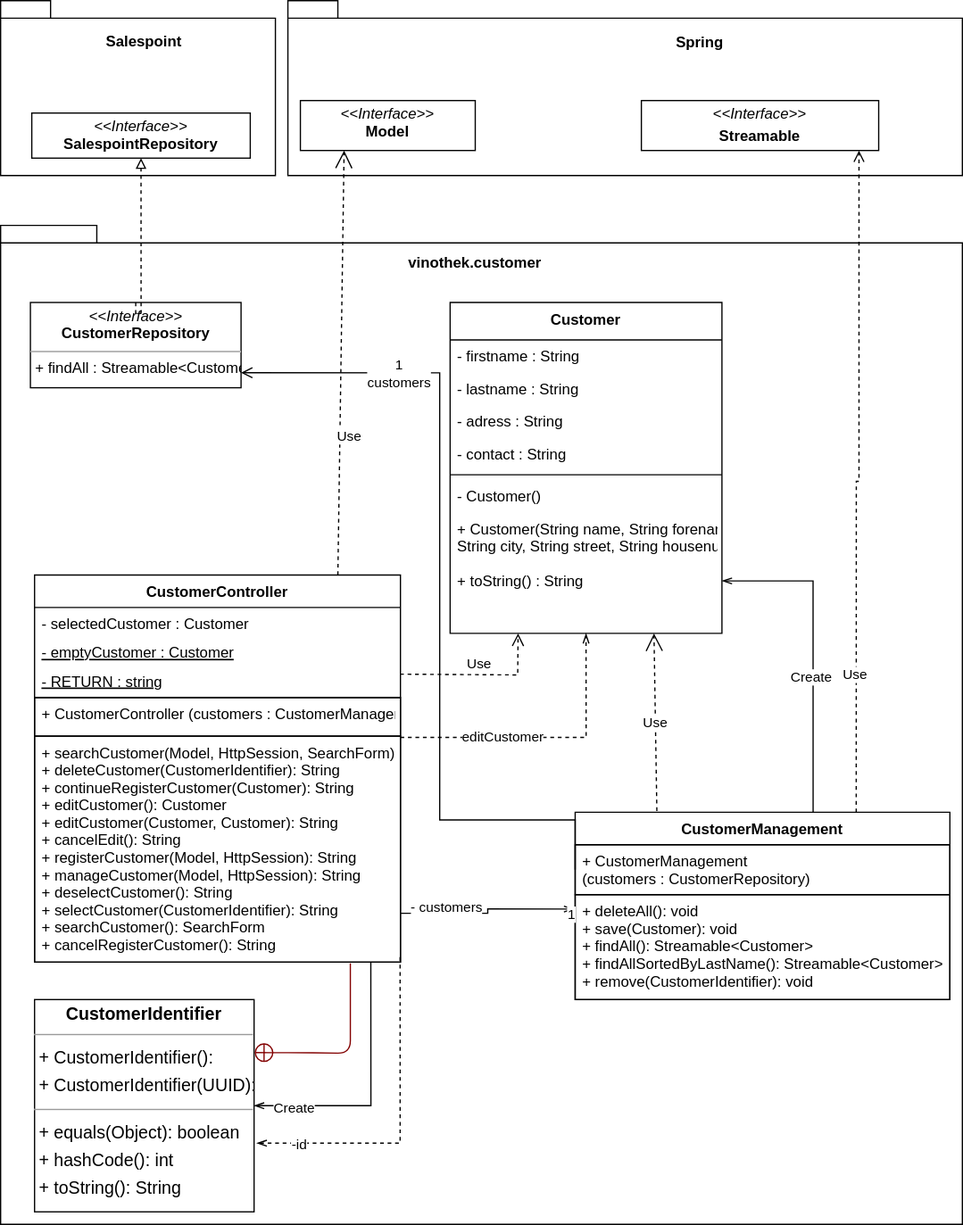
Before: diagrams SWP/Klassendiagramm Customer.drawio.svg, a diagram exported from draw.io (StarSkiller/Diagrams). Source tidied: cells renumbered, new cells last; positions are measured from the earlier drawing's top-left corner, leaving out a move shared by most shapes.
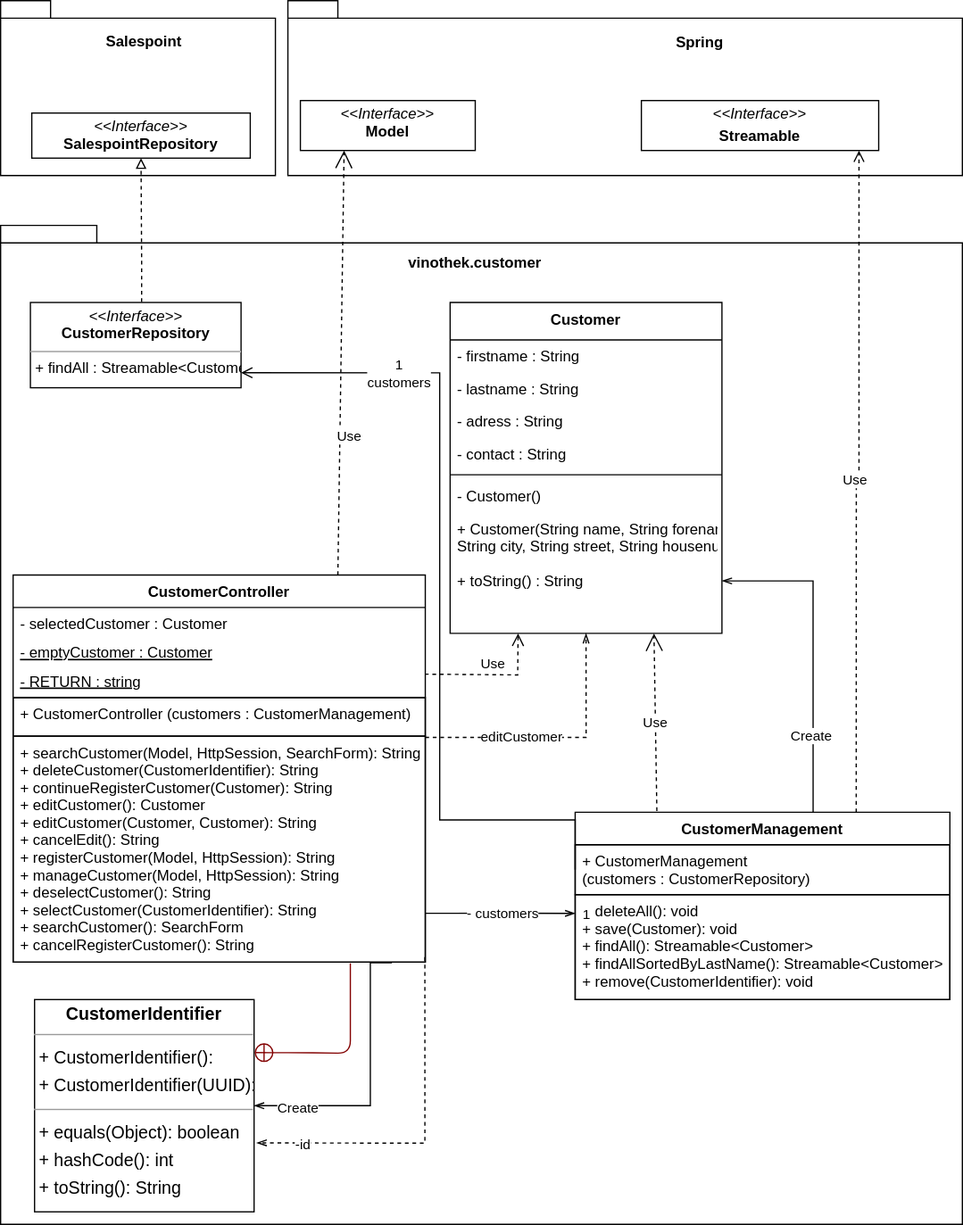
After the commit.

What changed in the source:
```diff
@@ -37,7 +37,7 @@
     </mxCell>
     <mxCell id="13" value="Create" style="edgeLabel;html=1;align=center;verticalAlign=middle;" parent="12" vertex="1">
       <mxGeometry x="0.01" y="2" relative="1" as="geometry">
-        <mxPoint y="21" as="offset" />
+        <mxPoint y="68" as="offset" />
       </mxGeometry>
     </mxCell>
     <mxCell id="14" value="CustomerManagement" style="swimlane;fontStyle=1;align=center;verticalAlign=top;horizontal=1;startSize=26;rounded=0;shadow=0;strokeWidth=1;" parent="8" vertex="1">
@@ -93,8 +93,10 @@
     <mxCell id="28" value="Use" style="endArrow=open;endSize=12;dashed=1;html=1;rounded=0;exitX=0.218;exitY=-0.007;exitDx=0;exitDy=0;entryX=0.75;entryY=1;entryDx=0;entryDy=0;exitPerimeter=0;" parent="8" edge="1" source="14" target="19">
       <mxGeometry relative="1" as="geometry" />
     </mxCell>
-    <mxCell id="29" style="edgeStyle=orthogonalEdgeStyle;rounded=0;jettySize=auto;html=1;exitX=1;exitY=0.784;exitDx=0;exitDy=0;entryX=-0.003;entryY=0.137;entryDx=0;entryDy=0;strokeColor=default;endArrow=openThin;endFill=0;exitPerimeter=0;entryPerimeter=0;" parent="8" edge="1" source="38" target="16">
-      <mxGeometry relative="1" as="geometry" />
+    <mxCell id="29" style="edgeStyle=orthogonalEdgeStyle;rounded=0;jettySize=auto;html=1;exitX=1;exitY=0.784;exitDx=0;exitDy=0;strokeColor=default;endArrow=openThin;endFill=0;exitPerimeter=0;" parent="8" edge="1" source="38">
+      <mxGeometry relative="1" as="geometry">
+        <mxPoint x="460" y="551" as="targetPoint" />
+      </mxGeometry>
     </mxCell>
     <mxCell id="30" value="1" style="edgeLabel;html=1;align=center;verticalAlign=middle;" parent="29" vertex="1">
       <mxGeometry x="-0.24" relative="1" as="geometry">
@@ -103,32 +105,32 @@
     </mxCell>
     <mxCell id="31" value="- customers" style="edgeLabel;html=1;align=center;verticalAlign=middle;" parent="29" vertex="1">
       <mxGeometry x="0.67" y="2" relative="1" as="geometry">
-        <mxPoint x="-79" as="offset" />
+        <mxPoint x="-39" y="1" as="offset" />
       </mxGeometry>
     </mxCell>
     <mxCell id="32" style="group;" parent="8" vertex="1">
-      <mxGeometry x="27.2" y="280" width="292.9" height="310" as="geometry" />
+      <mxGeometry x="10" y="280" width="330" height="310" as="geometry" />
     </mxCell>
     <mxCell id="33" value="CustomerController" style="swimlane;fontStyle=1;align=center;verticalAlign=top;horizontal=1;startSize=26;rounded=0;shadow=0;strokeWidth=1;" parent="32" vertex="1">
-      <mxGeometry width="292.9" height="310" as="geometry" />
+      <mxGeometry width="330" height="310" as="geometry" />
     </mxCell>
     <mxCell id="34" value="- selectedCustomer : Customer" style="text;align=left;verticalAlign=top;spacingLeft=4;spacingRight=4;overflow=hidden;rounded=0;shadow=0;html=0;" parent="33" vertex="1">
-      <mxGeometry y="26" width="292.9" height="22.9" as="geometry" />
+      <mxGeometry y="26" width="330" height="22.9" as="geometry" />
     </mxCell>
     <mxCell id="35" value="- emptyCustomer : Customer" style="text;align=left;verticalAlign=top;spacingLeft=4;spacingRight=4;overflow=hidden;rounded=0;shadow=0;html=0;fontStyle=4;" parent="33" vertex="1">
-      <mxGeometry y="48.9" width="292.9" height="22.9" as="geometry" />
+      <mxGeometry y="48.9" width="330" height="22.9" as="geometry" />
     </mxCell>
     <mxCell id="36" value="- RETURN : string" style="text;align=left;verticalAlign=top;spacingLeft=4;spacingRight=4;overflow=hidden;points=[[0,0.5],[1,0.5]];portConstraint=eastwest;rounded=0;shadow=0;html=0;fontStyle=4;" parent="33" vertex="1">
-      <mxGeometry y="71.8" width="292.9" height="22.9" as="geometry" />
+      <mxGeometry y="71.8" width="330" height="22.9" as="geometry" />
     </mxCell>
     <mxCell id="37" style="line;html=1;strokeWidth=1;align=left;verticalAlign=middle;spacingTop=-1;spacingLeft=3;spacingRight=3;labelPosition=right;" parent="33" vertex="1">
-      <mxGeometry y="94.8" width="292.9" height="7.1" as="geometry" />
+      <mxGeometry y="94.8" width="330" height="7.1" as="geometry" />
     </mxCell>
     <mxCell id="38" value="+ searchCustomer(Model, HttpSession, SearchForm): String&#10;+ deleteCustomer(CustomerIdentifier): String&#10;+ continueRegisterCustomer(Customer): String&#10;+ editCustomer(): Customer&#10;+ editCustomer(Customer, Customer): String&#10;+ cancelEdit(): String&#10;+ registerCustomer(Model, HttpSession): String&#10;+ manageCustomer(Model, HttpSession): String&#10;+ deselectCustomer(): String&#10;+ selectCustomer(CustomerIdentifier): String&#10;+ searchCustomer(): SearchForm&#10;+ cancelRegisterCustomer(): String" style="text;align=left;verticalAlign=top;spacingLeft=4;spacingRight=4;overflow=hidden;points=[[0,0.5],[1,0.5]];portConstraint=eastwest;rounded=0;shadow=0;html=0;strokeColor=default;" parent="32" vertex="1">
-      <mxGeometry y="129" width="292.9" height="181" as="geometry" />
+      <mxGeometry y="129" width="330" height="181" as="geometry" />
     </mxCell>
     <mxCell id="39" value="+ CustomerController (customers : CustomerManagement)" style="text;align=left;verticalAlign=top;spacingLeft=4;spacingRight=4;overflow=hidden;fontStyle=0;strokeColor=default;" parent="32" vertex="1">
-      <mxGeometry y="98" width="292.9" height="31" as="geometry" />
+      <mxGeometry y="98" width="330" height="31" as="geometry" />
     </mxCell>
     <mxCell id="40" value="Use" style="html=1;verticalAlign=bottom;endArrow=open;dashed=1;endSize=8;rounded=0;strokeColor=default;exitX=0.999;exitY=0.329;exitDx=0;exitDy=0;entryX=0.25;entryY=1;entryDx=0;entryDy=0;exitPerimeter=0;" parent="8" edge="1" source="36" target="19">
       <mxGeometry relative="1" as="geometry">
@@ -185,10 +187,11 @@
     <mxCell id="49" value="Spring" style="text;align=center;fontStyle=1;verticalAlign=middle;spacingLeft=3;spacingRight=3;strokeColor=none;" parent="1" vertex="1">
       <mxGeometry x="520" y="20" width="80" height="26" as="geometry" />
     </mxCell>
-    <mxCell id="50" style="edgeStyle=orthogonalEdgeStyle;rounded=0;jettySize=auto;html=1;exitX=0.5;exitY=0;exitDx=0;exitDy=0;entryX=0.5;entryY=1;entryDx=0;entryDy=0;endArrow=block;endFill=0;dashed=1;" parent="1" edge="1" source="11" target="6">
+    <mxCell id="50" style="edgeStyle=orthogonalEdgeStyle;rounded=0;jettySize=auto;html=1;exitX=0.528;exitY=-0.005;exitDx=0;exitDy=0;entryX=0.5;entryY=1;entryDx=0;entryDy=0;endArrow=block;endFill=0;dashed=1;exitPerimeter=0;" parent="1" edge="1" source="11" target="6">
       <mxGeometry relative="1" as="geometry">
         <Array as="points">
-          <mxPoint x="112" y="250" />
+          <mxPoint x="113" y="210" />
+          <mxPoint x="112" y="210" />
         </Array>
       </mxGeometry>
     </mxCell>
@@ -202,7 +205,9 @@
       <mxGeometry relative="1" as="geometry" />
     </mxCell>
     <mxCell id="54" value="Use" style="edgeLabel;html=1;align=center;verticalAlign=middle;" parent="53" vertex="1">
-      <mxGeometry x="-0.59" y="2" relative="1" as="geometry" />
+      <mxGeometry x="-0.59" y="2" relative="1" as="geometry">
+        <mxPoint y="-156" as="offset" />
+      </mxGeometry>
     </mxCell>
     <mxCell id="55" value="Use" style="endArrow=open;endSize=12;dashed=1;html=1;rounded=0;entryX=0.25;entryY=1;entryDx=0;entryDy=0;" parent="1" edge="1" target="51">
       <mxGeometry x="-0.35" y="-7" relative="1" as="geometry">
```
